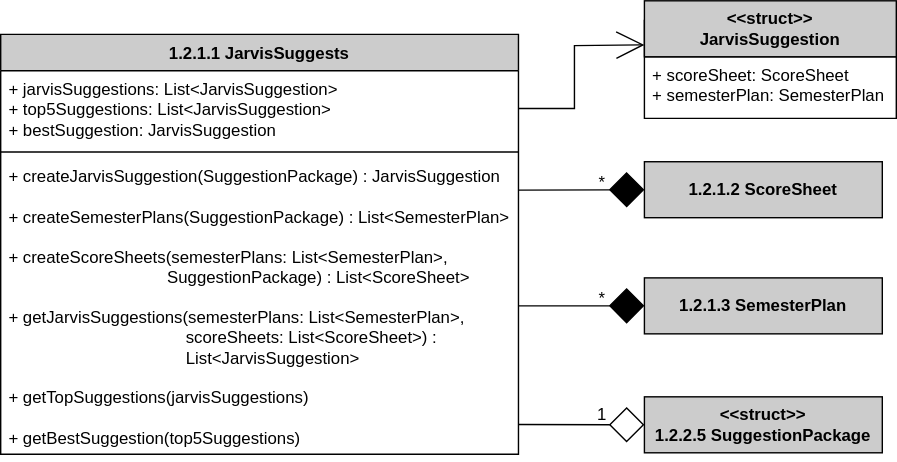
Earlier version of the draw.io export Logic/TeamTwoFiles/1.2.1.1JarvisSuggestsClassDiagram.svg (MckennahPalmer/CSE430). Source tidied: cells renumbered, new cells last; positions are measured from the earlier drawing's top-left corner, leaving out a move shared by most shapes. Its diagram source:
```xml
<mxGraphModel>
  <root>
    <mxCell id="0" />
    <mxCell id="1" parent="0" />
    <mxCell id="2" value="1.2.1.1 JarvisSuggests" style="swimlane;fontStyle=1;align=center;verticalAlign=top;horizontal=1;startSize=26;whiteSpace=wrap;html=1;fillColor=#CCCCCC;" parent="1" vertex="1">
      <mxGeometry y="24" width="370" height="300" as="geometry" />
    </mxCell>
    <mxCell id="3" value="+ jarvisSuggestions: List&amp;lt;JarvisSuggestion&amp;gt;&lt;br&gt;+ top5Suggestions: List&amp;lt;JarvisSuggestion&amp;gt;&lt;br&gt;+ bestSuggestion: JarvisSuggestion" style="text;strokeColor=none;fillColor=none;align=left;verticalAlign=top;spacingLeft=4;spacingRight=4;overflow=hidden;points=[[0,0.5],[1,0.5]];portConstraint=eastwest;whiteSpace=wrap;html=1;" parent="2" vertex="1">
      <mxGeometry y="26" width="370" height="54" as="geometry" />
    </mxCell>
    <mxCell id="4" style="line;strokeWidth=1;fillColor=none;align=left;verticalAlign=middle;spacingTop=-1;spacingLeft=3;spacingRight=3;labelPosition=right;strokeColor=inherit;" parent="2" vertex="1">
      <mxGeometry y="80" width="370" height="8" as="geometry" />
    </mxCell>
    <mxCell id="5" value="+ createJarvisSuggestion(SuggestionPackage) : JarvisSuggestion&lt;br&gt;&lt;br&gt;+ createSemesterPlans(SuggestionPackage) : List&amp;lt;SemesterPlan&amp;gt;&lt;br&gt;&lt;br&gt;+ createScoreSheets(semesterPlans: List&amp;lt;SemesterPlan&amp;gt;,&amp;nbsp; &amp;nbsp; &amp;nbsp; &amp;nbsp; &amp;nbsp; &amp;nbsp; &amp;nbsp; &amp;nbsp; &amp;nbsp; &amp;nbsp; &amp;nbsp; &amp;nbsp; &amp;nbsp; &amp;nbsp; &amp;nbsp; &amp;nbsp; &amp;nbsp; &amp;nbsp; &amp;nbsp; &amp;nbsp; &amp;nbsp; &amp;nbsp; &amp;nbsp; &amp;nbsp; SuggestionPackage) : List&amp;lt;ScoreSheet&amp;gt;&lt;br&gt;&lt;br&gt;+ getJarvisSuggestions(semesterPlans: List&amp;lt;SemesterPlan&amp;gt;,&amp;nbsp; &amp;nbsp; &amp;nbsp; &amp;nbsp; &amp;nbsp; &amp;nbsp; &amp;nbsp; &amp;nbsp; &amp;nbsp; &amp;nbsp; &amp;nbsp; &amp;nbsp; &amp;nbsp; &amp;nbsp; &amp;nbsp; &amp;nbsp; &amp;nbsp; &amp;nbsp; &amp;nbsp; &amp;nbsp; &amp;nbsp; &amp;nbsp; &amp;nbsp; &amp;nbsp; scoreSheets: List&amp;lt;ScoreSheet&amp;gt;) :&amp;nbsp; &amp;nbsp; &amp;nbsp; &amp;nbsp; &amp;nbsp; &amp;nbsp; &amp;nbsp; &amp;nbsp; &amp;nbsp; &amp;nbsp; &amp;nbsp; &amp;nbsp; &amp;nbsp; &amp;nbsp; &amp;nbsp; &amp;nbsp; &amp;nbsp; &amp;nbsp; &amp;nbsp; &amp;nbsp; &amp;nbsp; &amp;nbsp; &amp;nbsp; &amp;nbsp; &amp;nbsp; &amp;nbsp; &amp;nbsp; List&amp;lt;JarvisSuggestion&amp;gt;&lt;br&gt;&lt;br&gt;+ getTopSuggestions(jarvisSuggestions)&lt;br&gt;&lt;br&gt;+ getBestSuggestion(top5Suggestions)&lt;br&gt;&lt;div&gt;&lt;br&gt;&lt;/div&gt;" style="text;strokeColor=none;fillColor=none;align=left;verticalAlign=top;spacingLeft=4;spacingRight=4;overflow=hidden;points=[[0,0.5,0,0,0],[1,0.11,0,0,0],[1,0.5,0,0,0],[1,0.9,0,0,0]];portConstraint=eastwest;whiteSpace=wrap;html=1;" parent="2" vertex="1">
      <mxGeometry y="88" width="370" height="212" as="geometry" />
    </mxCell>
    <mxCell id="6" value="JarvisSuggestion" style="swimlane;fontStyle=1;align=center;verticalAlign=top;horizontal=1;startSize=26;whiteSpace=wrap;html=1;fillColor=#CCCCCC;" parent="1" vertex="1">
      <mxGeometry x="460" y="14" width="180" height="70" as="geometry" />
    </mxCell>
    <mxCell id="7" value="+ scoreSheet: ScoreSheet&lt;br&gt;+ semesterPlan: SemesterPlan" style="text;strokeColor=none;fillColor=none;align=left;verticalAlign=top;spacingLeft=4;spacingRight=4;overflow=hidden;whiteSpace=wrap;html=1;" parent="6" vertex="1">
      <mxGeometry y="26" width="180" height="44" as="geometry" />
    </mxCell>
    <mxCell id="8" value="1.2.1.2 ScoreSheet" style="rounded=0;whiteSpace=wrap;html=1;fontStyle=1;fillColor=#CCCCCC;" parent="1" vertex="1">
      <mxGeometry x="460" y="115" width="170" height="40" as="geometry" />
    </mxCell>
    <mxCell id="9" value="1.2.1.3 SemesterPlan" style="rounded=0;whiteSpace=wrap;html=1;fontStyle=1;fillColor=#CCCCCC;" parent="1" vertex="1">
      <mxGeometry x="460" y="198" width="170" height="40" as="geometry" />
    </mxCell>
    <mxCell id="10" value="&amp;lt;&amp;lt;struct&amp;gt;&amp;gt;&lt;br&gt;1.2.2.5 SuggestionPackage" style="rounded=0;whiteSpace=wrap;html=1;fontStyle=1;fillColor=#CCCCCC;" parent="1" vertex="1">
      <mxGeometry x="460" y="283" width="170" height="40" as="geometry" />
    </mxCell>
    <mxCell id="11" style="endArrow=diamond;html=1;rounded=0;exitX=1;exitY=0.11;exitDx=0;exitDy=0;entryX=0;entryY=0.5;entryDx=0;entryDy=0;exitPerimeter=0;endFill=1;endSize=23;" parent="1" edge="1" source="5" target="8">
      <mxGeometry relative="1" as="geometry" />
    </mxCell>
    <mxCell id="12" style="endArrow=diamond;html=1;rounded=0;exitX=1;exitY=0.5;exitDx=0;exitDy=0;exitPerimeter=0;entryX=0;entryY=0.5;entryDx=0;entryDy=0;endSize=23;endFill=1;" parent="1" edge="1" source="5" target="9">
      <mxGeometry relative="1" as="geometry" />
    </mxCell>
    <mxCell id="13" style="endArrow=diamond;html=1;rounded=0;exitX=1;exitY=0.9;exitDx=0;exitDy=0;exitPerimeter=0;entryX=0;entryY=0.5;entryDx=0;entryDy=0;endFill=0;endSize=23;" parent="1" edge="1" source="5" target="10">
      <mxGeometry relative="1" as="geometry" />
    </mxCell>
    <mxCell id="14" value="*" style="text;html=1;align=center;verticalAlign=middle;whiteSpace=wrap;rounded=0;" parent="1" vertex="1">
      <mxGeometry x="400" y="115" width="60" height="30" as="geometry" />
    </mxCell>
    <mxCell id="15" value="*" style="text;html=1;align=center;verticalAlign=middle;whiteSpace=wrap;rounded=0;" parent="1" vertex="1">
      <mxGeometry x="400" y="198" width="60" height="30" as="geometry" />
    </mxCell>
    <mxCell id="16" value="1" style="text;html=1;align=center;verticalAlign=middle;whiteSpace=wrap;rounded=0;" parent="1" vertex="1">
      <mxGeometry x="400" y="281" width="60" height="30" as="geometry" />
    </mxCell>
    <mxCell id="17" style="endArrow=open;html=1;rounded=0;endSize=18;endFill=0;exitX=1;exitY=0.5;exitDx=0;exitDy=0;entryX=0;entryY=0.25;entryDx=0;entryDy=0;" parent="1" edge="1" source="3" target="6">
      <mxGeometry relative="1" as="geometry">
        <Array as="points">
          <mxPoint x="410" y="77" />
          <mxPoint x="410" y="32" />
        </Array>
      </mxGeometry>
    </mxCell>
    <mxCell id="18" value="&amp;lt;&amp;lt;struct&amp;gt;&amp;gt;&lt;br&gt;JarvisSuggestion" style="rounded=0;whiteSpace=wrap;html=1;fontStyle=1;fillColor=#CCCCCC;" parent="1" vertex="1">
      <mxGeometry x="460" width="180" height="40" as="geometry" />
    </mxCell>
  </root>
</mxGraphModel>
```
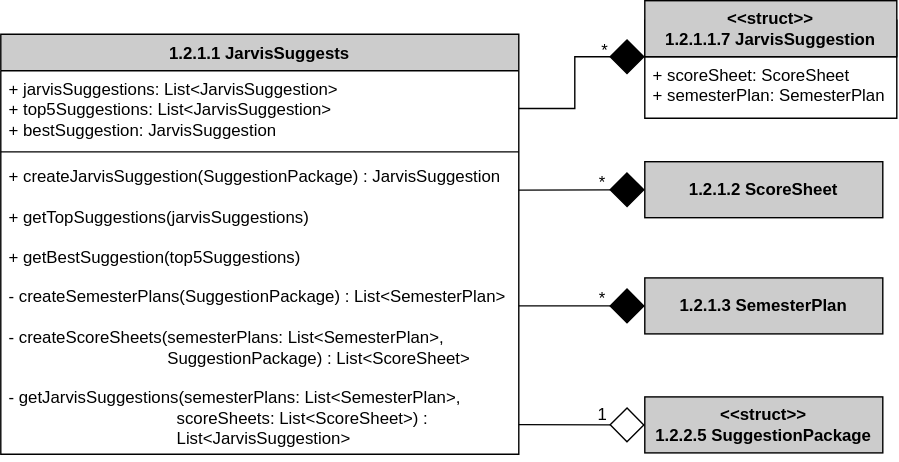
Above is the later version.

Commit message:
Updated arrow in Class Diagram

The edit, as a diff of the source:
```diff
@@ -11,7 +11,7 @@
     <mxCell id="4" style="line;strokeWidth=1;fillColor=none;align=left;verticalAlign=middle;spacingTop=-1;spacingLeft=3;spacingRight=3;labelPosition=right;strokeColor=inherit;" parent="2" vertex="1">
       <mxGeometry y="80" width="370" height="8" as="geometry" />
     </mxCell>
-    <mxCell id="5" value="+ createJarvisSuggestion(SuggestionPackage) : JarvisSuggestion&lt;br&gt;&lt;br&gt;+ createSemesterPlans(SuggestionPackage) : List&amp;lt;SemesterPlan&amp;gt;&lt;br&gt;&lt;br&gt;+ createScoreSheets(semesterPlans: List&amp;lt;SemesterPlan&amp;gt;,&amp;nbsp; &amp;nbsp; &amp;nbsp; &amp;nbsp; &amp;nbsp; &amp;nbsp; &amp;nbsp; &amp;nbsp; &amp;nbsp; &amp;nbsp; &amp;nbsp; &amp;nbsp; &amp;nbsp; &amp;nbsp; &amp;nbsp; &amp;nbsp; &amp;nbsp; &amp;nbsp; &amp;nbsp; &amp;nbsp; &amp;nbsp; &amp;nbsp; &amp;nbsp; &amp;nbsp; SuggestionPackage) : List&amp;lt;ScoreSheet&amp;gt;&lt;br&gt;&lt;br&gt;+ getJarvisSuggestions(semesterPlans: List&amp;lt;SemesterPlan&amp;gt;,&amp;nbsp; &amp;nbsp; &amp;nbsp; &amp;nbsp; &amp;nbsp; &amp;nbsp; &amp;nbsp; &amp;nbsp; &amp;nbsp; &amp;nbsp; &amp;nbsp; &amp;nbsp; &amp;nbsp; &amp;nbsp; &amp;nbsp; &amp;nbsp; &amp;nbsp; &amp;nbsp; &amp;nbsp; &amp;nbsp; &amp;nbsp; &amp;nbsp; &amp;nbsp; &amp;nbsp; scoreSheets: List&amp;lt;ScoreSheet&amp;gt;) :&amp;nbsp; &amp;nbsp; &amp;nbsp; &amp;nbsp; &amp;nbsp; &amp;nbsp; &amp;nbsp; &amp;nbsp; &amp;nbsp; &amp;nbsp; &amp;nbsp; &amp;nbsp; &amp;nbsp; &amp;nbsp; &amp;nbsp; &amp;nbsp; &amp;nbsp; &amp;nbsp; &amp;nbsp; &amp;nbsp; &amp;nbsp; &amp;nbsp; &amp;nbsp; &amp;nbsp; &amp;nbsp; &amp;nbsp; &amp;nbsp; List&amp;lt;JarvisSuggestion&amp;gt;&lt;br&gt;&lt;br&gt;+ getTopSuggestions(jarvisSuggestions)&lt;br&gt;&lt;br&gt;+ getBestSuggestion(top5Suggestions)&lt;br&gt;&lt;div&gt;&lt;br&gt;&lt;/div&gt;" style="text;strokeColor=none;fillColor=none;align=left;verticalAlign=top;spacingLeft=4;spacingRight=4;overflow=hidden;points=[[0,0.5,0,0,0],[1,0.11,0,0,0],[1,0.5,0,0,0],[1,0.9,0,0,0]];portConstraint=eastwest;whiteSpace=wrap;html=1;" parent="2" vertex="1">
+    <mxCell id="5" value="+ createJarvisSuggestion(SuggestionPackage) : JarvisSuggestion&lt;br&gt;&lt;br&gt;+ getTopSuggestions(jarvisSuggestions)&lt;br style=&quot;border-color: var(--border-color);&quot;&gt;&lt;br style=&quot;border-color: var(--border-color);&quot;&gt;+ getBestSuggestion(top5Suggestions)&lt;br&gt;&lt;br&gt;- createSemesterPlans(SuggestionPackage) : List&amp;lt;SemesterPlan&amp;gt;&lt;br&gt;&lt;br&gt;- createScoreSheets(semesterPlans: List&amp;lt;SemesterPlan&amp;gt;,&amp;nbsp; &amp;nbsp; &amp;nbsp; &amp;nbsp; &amp;nbsp; &amp;nbsp; &amp;nbsp; &amp;nbsp; &amp;nbsp; &amp;nbsp; &amp;nbsp; &amp;nbsp; &amp;nbsp; &amp;nbsp; &amp;nbsp; &amp;nbsp; &amp;nbsp; &amp;nbsp; &amp;nbsp; &amp;nbsp; &amp;nbsp; &amp;nbsp; &amp;nbsp; &amp;nbsp; SuggestionPackage) : List&amp;lt;ScoreSheet&amp;gt;&lt;br&gt;&lt;br&gt;- getJarvisSuggestions(semesterPlans: List&amp;lt;SemesterPlan&amp;gt;,&amp;nbsp; &amp;nbsp; &amp;nbsp; &amp;nbsp; &amp;nbsp; &amp;nbsp; &amp;nbsp; &amp;nbsp; &amp;nbsp; &amp;nbsp; &amp;nbsp; &amp;nbsp; &amp;nbsp; &amp;nbsp; &amp;nbsp; &amp;nbsp; &amp;nbsp; &amp;nbsp; &amp;nbsp; &amp;nbsp; &amp;nbsp; &amp;nbsp; &amp;nbsp; &amp;nbsp; scoreSheets: List&amp;lt;ScoreSheet&amp;gt;) :&amp;nbsp; &amp;nbsp; &amp;nbsp; &amp;nbsp; &amp;nbsp; &amp;nbsp; &amp;nbsp; &amp;nbsp; &amp;nbsp; &amp;nbsp; &amp;nbsp; &amp;nbsp; &amp;nbsp; &amp;nbsp; &amp;nbsp; &amp;nbsp; &amp;nbsp; &amp;nbsp; &amp;nbsp; &amp;nbsp; &amp;nbsp; &amp;nbsp; &amp;nbsp; &amp;nbsp; &amp;nbsp; &amp;nbsp; &amp;nbsp; List&amp;lt;JarvisSuggestion&amp;gt;&lt;br&gt;&lt;div&gt;&lt;br&gt;&lt;/div&gt;" style="text;strokeColor=none;fillColor=none;align=left;verticalAlign=top;spacingLeft=4;spacingRight=4;overflow=hidden;points=[[0,0.5,0,0,0],[1,0.11,0,0,0],[1,0.5,0,0,0],[1,0.9,0,0,0]];portConstraint=eastwest;whiteSpace=wrap;html=1;" parent="2" vertex="1">
       <mxGeometry y="88" width="370" height="212" as="geometry" />
     </mxCell>
     <mxCell id="6" value="JarvisSuggestion" style="swimlane;fontStyle=1;align=center;verticalAlign=top;horizontal=1;startSize=26;whiteSpace=wrap;html=1;fillColor=#CCCCCC;" parent="1" vertex="1">
@@ -47,16 +47,22 @@
     <mxCell id="16" value="1" style="text;html=1;align=center;verticalAlign=middle;whiteSpace=wrap;rounded=0;" parent="1" vertex="1">
       <mxGeometry x="400" y="281" width="60" height="30" as="geometry" />
     </mxCell>
-    <mxCell id="17" style="endArrow=open;html=1;rounded=0;endSize=18;endFill=0;exitX=1;exitY=0.5;exitDx=0;exitDy=0;entryX=0;entryY=0.25;entryDx=0;entryDy=0;" parent="1" edge="1" source="3" target="6">
-      <mxGeometry relative="1" as="geometry">
-        <Array as="points">
-          <mxPoint x="410" y="77" />
-          <mxPoint x="410" y="32" />
-        </Array>
-      </mxGeometry>
-    </mxCell>
-    <mxCell id="18" value="&amp;lt;&amp;lt;struct&amp;gt;&amp;gt;&lt;br&gt;JarvisSuggestion" style="rounded=0;whiteSpace=wrap;html=1;fontStyle=1;fillColor=#CCCCCC;" parent="1" vertex="1">
+    <mxCell id="18" value="&amp;lt;&amp;lt;struct&amp;gt;&amp;gt;&lt;br&gt;1.2.1.1.7 JarvisSuggestion" style="rounded=0;whiteSpace=wrap;html=1;fontStyle=1;fillColor=#CCCCCC;" parent="1" vertex="1">
       <mxGeometry x="460" width="180" height="40" as="geometry" />
     </mxCell>
+    <mxCell id="19" style="group;" parent="1" vertex="1">
+      <mxGeometry x="376" y="21" width="84" height="30" as="geometry" />
+    </mxCell>
+    <mxCell id="20" value="*" style="text;html=1;align=right;verticalAlign=middle;whiteSpace=wrap;rounded=0;" parent="19" vertex="1">
+      <mxGeometry width="60" height="30" as="geometry" />
+    </mxCell>
+    <mxCell id="21" style="endArrow=diamond;html=1;rounded=0;endFill=1;endSize=23;entryX=0;entryY=1;entryDx=0;entryDy=0;exitX=1;exitY=0.5;exitDx=0;exitDy=0;" parent="1" edge="1" source="3" target="18">
+      <mxGeometry relative="1" as="geometry">
+        <Array as="points">
+          <mxPoint x="410" y="77" />
+          <mxPoint x="410" y="40" />
+        </Array>
+      </mxGeometry>
+    </mxCell>
   </root>
 </mxGraphModel>
```
